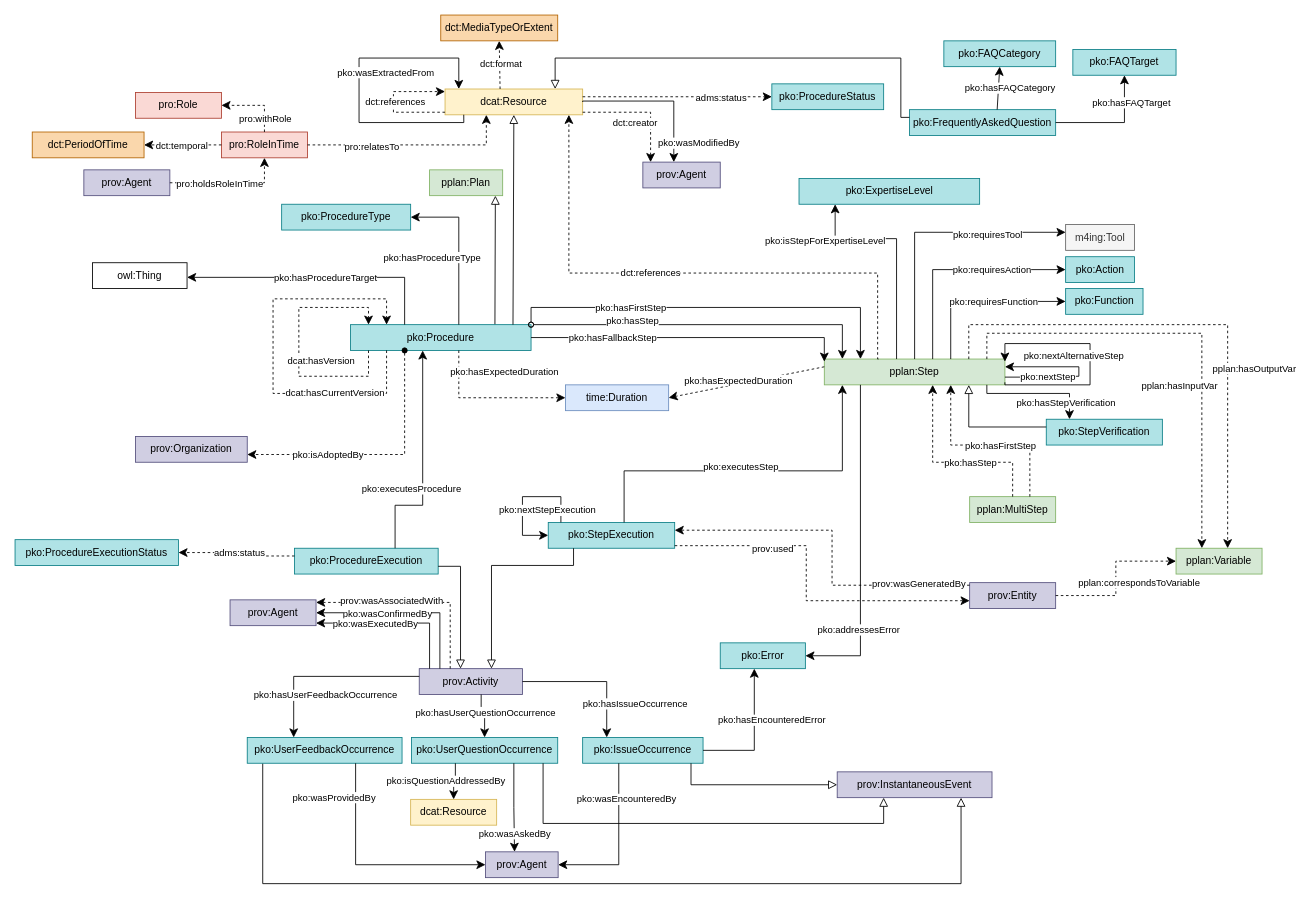
Above: page "pko-short" (2 of 3) of ontology/pko.drawio in perks-project/pk-ontology (draw.io), before the change. Source tidied: cells renumbered, new cells numbered last; positions are measured from the earlier drawing's top-left corner, leaving out a move shared by most shapes. Both pictures are drawn from the tidied source at 86%, with x=0, y=0 at pixel (15, 15).
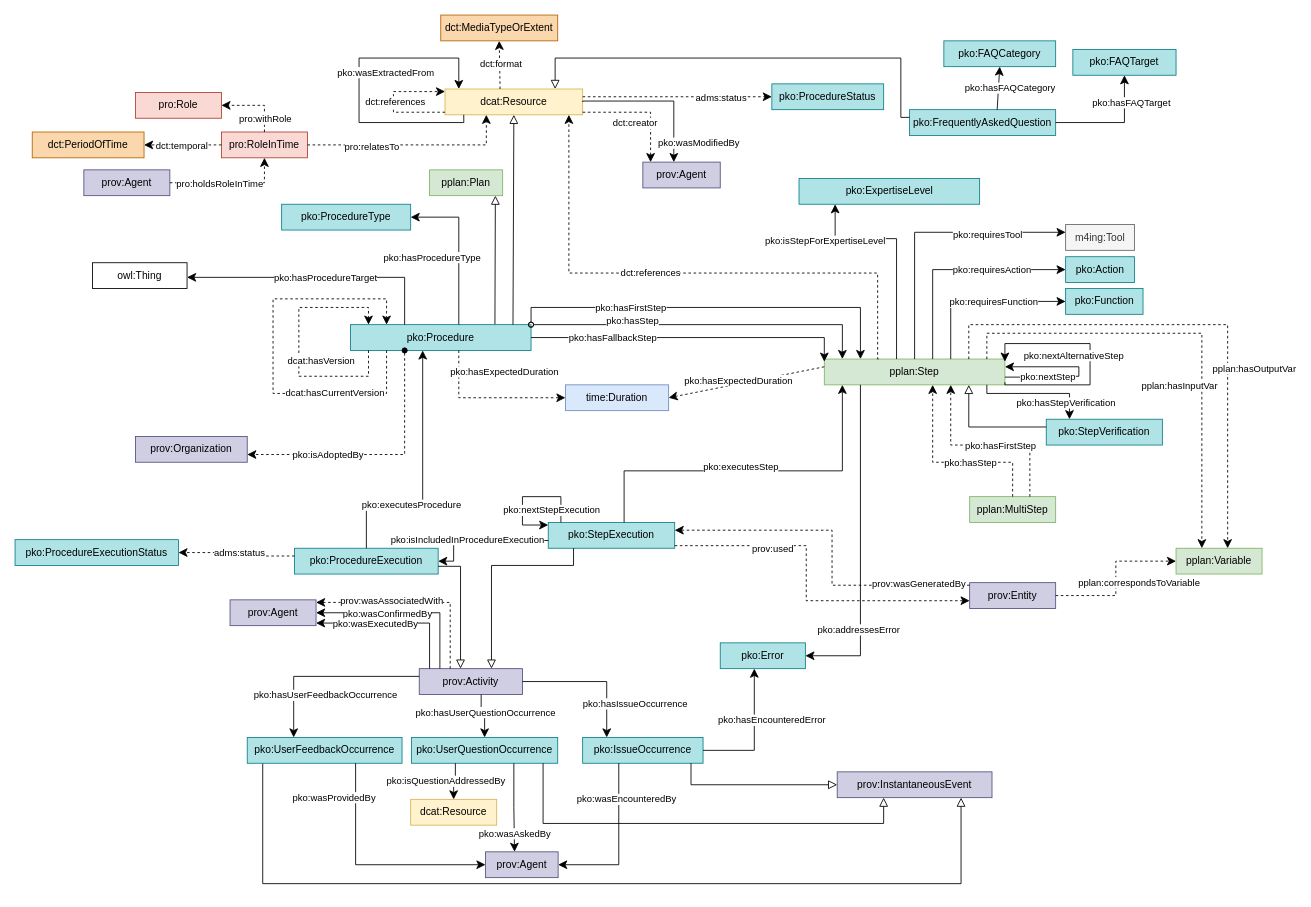
The same diagram, later.

The change refers to these unchanged cells:
```xml
<mxCell id="4" value="pko:Procedure" style="rounded=0;whiteSpace=wrap;html=1;snapToPoint=1;points=[[0.1,0],[0.2,0],[0.3,0],[0.4,0],[0.5,0],[0.6,0],[0.7,0],[0.8,0],[0.9,0],[0,0.1],[0,0.3],[0,0.5],[0,0.7],[0,0.9],[0.1,1],[0.2,1],[0.3,1],[0.4,1],[0.5,1],[0.6,1],[0.7,1],[0.8,1],[0.9,1],[1,0.1],[1,0.3],[1,0.5],[1,0.7],[1,0.9]];fillColor=#b0e3e6;strokeColor=#0e8088;" parent="1" vertex="1">
  <mxGeometry x="390" y="360" width="210" height="30" as="geometry" />
</mxCell>
<mxCell id="39" value="pko:ProcedureExecution" style="rounded=0;whiteSpace=wrap;html=1;snapToPoint=1;points=[[0.1,0],[0.2,0],[0.3,0],[0.4,0],[0.5,0],[0.6,0],[0.7,0],[0.8,0],[0.9,0],[0,0.1],[0,0.3],[0,0.5],[0,0.7],[0,0.9],[0.1,1],[0.2,1],[0.3,1],[0.4,1],[0.5,1],[0.6,1],[0.7,1],[0.8,1],[0.9,1],[1,0.1],[1,0.3],[1,0.5],[1,0.7],[1,0.9]];fillColor=#b0e3e6;strokeColor=#0e8088;" parent="1" vertex="1">
  <mxGeometry x="325" y="620" width="167" height="30" as="geometry" />
</mxCell>
<mxCell id="40" value="pko:StepExecution" style="rounded=0;whiteSpace=wrap;html=1;snapToPoint=1;points=[[0.1,0],[0.2,0],[0.3,0],[0.4,0],[0.5,0],[0.6,0],[0.7,0],[0.8,0],[0.9,0],[0,0.1],[0,0.3],[0,0.5],[0,0.7],[0,0.9],[0.1,1],[0.2,1],[0.3,1],[0.4,1],[0.5,1],[0.6,1],[0.7,1],[0.8,1],[0.9,1],[1,0.1],[1,0.3],[1,0.5],[1,0.7],[1,0.9]];fillColor=#b0e3e6;strokeColor=#0e8088;" parent="1" vertex="1">
  <mxGeometry x="620" y="590" width="147" height="30" as="geometry" />
</mxCell>
```

Diff of the diagram source:
```diff
@@
-    <mxCell id="43" style="endArrow=classic;html=1;endSize=8;arcSize=0;rounded=0;exitX=0.7;exitY=0;exitDx=0;exitDy=0;edgeStyle=orthogonalEdgeStyle;entryX=0.4;entryY=1;entryDx=0;entryDy=0;" parent="1" edge="1" source="39" target="4">
+    <mxCell id="43" style="endArrow=classic;html=1;endSize=8;arcSize=0;rounded=0;exitX=0.5;exitY=0;exitDx=0;exitDy=0;edgeStyle=orthogonalEdgeStyle;entryX=0.4;entryY=1;entryDx=0;entryDy=0;" parent="1" edge="1" source="39" target="4">
       <mxGeometry relative="1" as="geometry">
         <Array as="points">
-          <mxPoint x="442" y="570" />
+          <mxPoint x="409" y="570" />
           <mxPoint x="474" y="570" />
         </Array>
       </mxGeometry>
     </mxCell>
@@
-    <mxCell id="52" style="endArrow=classic;html=1;exitX=0.1;exitY=0;exitDx=0;exitDy=0;endSize=8;arcSize=0;rounded=0;edgeStyle=orthogonalEdgeStyle;entryX=0;entryY=0.5;entryDx=0;entryDy=0;" parent="1" edge="1" source="40" target="40">
+    <mxCell id="52" style="endArrow=classic;html=1;exitX=0.1;exitY=0;exitDx=0;exitDy=0;endSize=8;arcSize=0;rounded=0;edgeStyle=orthogonalEdgeStyle;entryX=0;entryY=0.1;entryDx=0;entryDy=0;" parent="1" edge="1" source="40" target="40">
       <mxGeometry relative="1" as="geometry">
         <Array as="points">
           <mxPoint x="635" y="560" />
           <mxPoint x="590" y="560" />
-          <mxPoint x="590" y="605" />
+          <mxPoint x="590" y="593" />
         </Array>
       </mxGeometry>
     </mxCell>
@@
+    <mxCell id="155" style="endArrow=classic;html=1;endSize=8;arcSize=0;rounded=0;edgeStyle=orthogonalEdgeStyle;exitX=0;exitY=0.7;exitDx=0;exitDy=0;entryX=1;entryY=0.5;entryDx=0;entryDy=0;" parent="1" edge="1" source="40" target="39">
+      <mxGeometry relative="1" as="geometry">
+        <Array as="points">
+          <mxPoint x="574" y="611" />
+          <mxPoint x="510" y="610" />
+          <mxPoint x="510" y="635" />
+        </Array>
+      </mxGeometry>
+    </mxCell>
+    <mxCell id="156" value="&lt;div&gt;pko:isIncludedInProcedureExecution&lt;/div&gt;" style="edgeLabel;html=1;align=center;verticalAlign=middle;" parent="155" vertex="1">
+      <mxGeometry x="-0.19" y="-1" relative="1" as="geometry">
+        <mxPoint x="-34" as="offset" />
+      </mxGeometry>
+    </mxCell>
```
